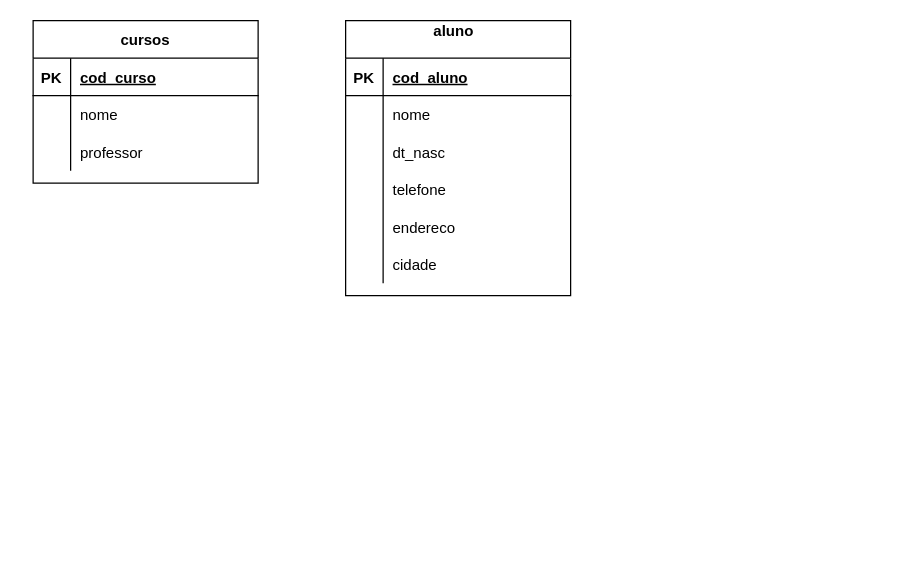
The draw.io diagram modelo_logico.drawio in taokya/aula_BD, before the edit. Source tidied: cells renumbered, new cells numbered last; positions are measured from the earlier drawing's top-left corner, leaving out a move shared by most shapes. Both pictures are drawn from the tidied source at 125%, with x=0, y=0 at pixel (32, 20).
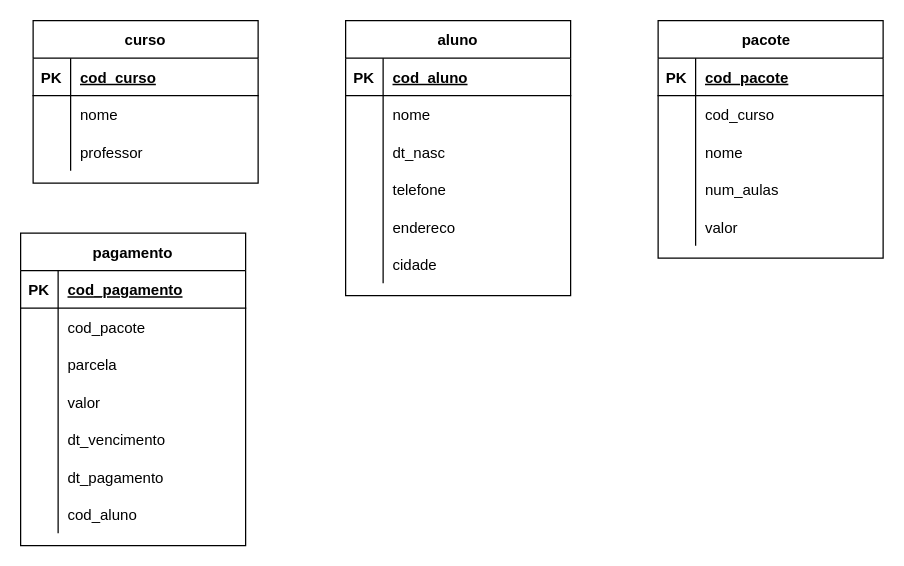
The same page after the edit.

Commit message:
Criadas entidades de pagamento e curso.drawio

What changed in the source:
```diff
@@
-    <mxCell id="2" value="cursos" style="shape=table;startSize=30;childLayout=tableLayout;rowLines=0;fontStyle=1;align=center;" parent="1" vertex="1">
+    <mxCell id="2" value="curso" style="shape=table;startSize=30;childLayout=tableLayout;rowLines=0;fontStyle=1;align=center;" parent="1" vertex="1">
       <mxGeometry width="180" height="130" as="geometry" />
     </mxCell>
@@
-    <mxCell id="12" value="aluno  &#10;" style="shape=table;startSize=30;childLayout=tableLayout;rowLines=0;fontStyle=1;align=center;" parent="1" vertex="1">
+    <mxCell id="12" value="aluno" style="shape=table;startSize=30;childLayout=tableLayout;rowLines=0;fontStyle=1;align=center;" parent="1" vertex="1">
       <mxGeometry x="250" width="180" height="220" as="geometry" />
     </mxCell>
@@
+    <mxCell id="31" value="pacote  " style="shape=table;startSize=30;childLayout=tableLayout;rowLines=0;fontStyle=1;align=center;" parent="1" vertex="1">
+      <mxGeometry x="500" width="180" height="190" as="geometry" />
+    </mxCell>
+    <mxCell id="32" style="shape=partialRectangle;fillColor=none;top=0;left=0;bottom=1;right=0;" parent="31" vertex="1">
+      <mxGeometry y="30" width="180" height="30" as="geometry" />
+    </mxCell>
+    <mxCell id="33" value="PK" style="shape=partialRectangle;fillColor=none;top=0;left=0;bottom=0;right=0;fontStyle=1;overflow=hidden;" parent="32" vertex="1">
+      <mxGeometry width="30" height="30" as="geometry" />
+    </mxCell>
+    <mxCell id="34" value="cod_pacote" style="shape=partialRectangle;fillColor=none;top=0;left=0;bottom=0;right=0;align=left;spacingLeft=6;fontStyle=5;overflow=hidden;" parent="32" vertex="1">
+      <mxGeometry x="30" width="150" height="30" as="geometry" />
+    </mxCell>
+    <mxCell id="35" style="shape=partialRectangle;fillColor=none;top=0;left=0;bottom=0;right=0;" parent="31" vertex="1">
+      <mxGeometry y="60" width="180" height="30" as="geometry" />
+    </mxCell>
+    <mxCell id="36" style="shape=partialRectangle;fillColor=none;top=0;left=0;bottom=0;right=0;overflow=hidden;" parent="35" vertex="1">
+      <mxGeometry width="30" height="30" as="geometry" />
+    </mxCell>
+    <mxCell id="37" value="cod_curso" style="shape=partialRectangle;fillColor=none;top=0;left=0;bottom=0;right=0;align=left;spacingLeft=6;overflow=hidden;" parent="35" vertex="1">
+      <mxGeometry x="30" width="150" height="30" as="geometry" />
+    </mxCell>
+    <mxCell id="38" style="shape=partialRectangle;fillColor=none;top=0;left=0;bottom=0;right=0;" parent="31" vertex="1">
+      <mxGeometry y="90" width="180" height="30" as="geometry" />
+    </mxCell>
+    <mxCell id="39" style="shape=partialRectangle;fillColor=none;top=0;left=0;bottom=0;right=0;overflow=hidden;" parent="38" vertex="1">
+      <mxGeometry width="30" height="30" as="geometry" />
+    </mxCell>
+    <mxCell id="40" value="nome" style="shape=partialRectangle;fillColor=none;top=0;left=0;bottom=0;right=0;align=left;spacingLeft=6;overflow=hidden;" parent="38" vertex="1">
+      <mxGeometry x="30" width="150" height="30" as="geometry" />
+    </mxCell>
+    <mxCell id="41" style="shape=partialRectangle;fillColor=none;top=0;left=0;bottom=0;right=0;" parent="31" vertex="1">
+      <mxGeometry y="120" width="180" height="30" as="geometry" />
+    </mxCell>
+    <mxCell id="42" style="shape=partialRectangle;fillColor=none;top=0;left=0;bottom=0;right=0;overflow=hidden;" parent="41" vertex="1">
+      <mxGeometry width="30" height="30" as="geometry" />
+    </mxCell>
+    <mxCell id="43" value="num_aulas" style="shape=partialRectangle;fillColor=none;top=0;left=0;bottom=0;right=0;align=left;spacingLeft=6;overflow=hidden;" parent="41" vertex="1">
+      <mxGeometry x="30" width="150" height="30" as="geometry" />
+    </mxCell>
+    <mxCell id="44" style="shape=partialRectangle;fillColor=none;top=0;left=0;bottom=0;right=0;" parent="31" vertex="1">
+      <mxGeometry y="150" width="180" height="30" as="geometry" />
+    </mxCell>
+    <mxCell id="45" style="shape=partialRectangle;fillColor=none;top=0;left=0;bottom=0;right=0;overflow=hidden;" parent="44" vertex="1">
+      <mxGeometry width="30" height="30" as="geometry" />
+    </mxCell>
+    <mxCell id="46" value="valor" style="shape=partialRectangle;fillColor=none;top=0;left=0;bottom=0;right=0;align=left;spacingLeft=6;overflow=hidden;" parent="44" vertex="1">
+      <mxGeometry x="30" width="150" height="30" as="geometry" />
+    </mxCell>
+    <mxCell id="47" value="pagamento" style="shape=table;startSize=30;childLayout=tableLayout;rowLines=0;fontStyle=1;align=center;" parent="1" vertex="1">
+      <mxGeometry x="-10" y="170" width="180" height="250" as="geometry" />
+    </mxCell>
+    <mxCell id="48" style="shape=partialRectangle;fillColor=none;top=0;left=0;bottom=1;right=0;" parent="47" vertex="1">
+      <mxGeometry y="30" width="180" height="30" as="geometry" />
+    </mxCell>
+    <mxCell id="49" value="PK" style="shape=partialRectangle;fillColor=none;top=0;left=0;bottom=0;right=0;fontStyle=1;overflow=hidden;" parent="48" vertex="1">
+      <mxGeometry width="30" height="30" as="geometry" />
+    </mxCell>
+    <mxCell id="50" value="cod_pagamento" style="shape=partialRectangle;fillColor=none;top=0;left=0;bottom=0;right=0;align=left;spacingLeft=6;fontStyle=5;overflow=hidden;" parent="48" vertex="1">
+      <mxGeometry x="30" width="150" height="30" as="geometry" />
+    </mxCell>
+    <mxCell id="51" style="shape=partialRectangle;fillColor=none;top=0;left=0;bottom=0;right=0;" parent="47" vertex="1">
+      <mxGeometry y="60" width="180" height="30" as="geometry" />
+    </mxCell>
+    <mxCell id="52" style="shape=partialRectangle;fillColor=none;top=0;left=0;bottom=0;right=0;overflow=hidden;" parent="51" vertex="1">
+      <mxGeometry width="30" height="30" as="geometry" />
+    </mxCell>
+    <mxCell id="53" value="cod_pacote" style="shape=partialRectangle;fillColor=none;top=0;left=0;bottom=0;right=0;align=left;spacingLeft=6;overflow=hidden;" parent="51" vertex="1">
+      <mxGeometry x="30" width="150" height="30" as="geometry" />
+    </mxCell>
+    <mxCell id="54" style="shape=partialRectangle;fillColor=none;top=0;left=0;bottom=0;right=0;" parent="47" vertex="1">
+      <mxGeometry y="90" width="180" height="30" as="geometry" />
+    </mxCell>
+    <mxCell id="55" style="shape=partialRectangle;fillColor=none;top=0;left=0;bottom=0;right=0;overflow=hidden;" parent="54" vertex="1">
+      <mxGeometry width="30" height="30" as="geometry" />
+    </mxCell>
+    <mxCell id="56" value="parcela" style="shape=partialRectangle;fillColor=none;top=0;left=0;bottom=0;right=0;align=left;spacingLeft=6;overflow=hidden;" parent="54" vertex="1">
+      <mxGeometry x="30" width="150" height="30" as="geometry" />
+    </mxCell>
+    <mxCell id="57" style="shape=partialRectangle;fillColor=none;top=0;left=0;bottom=0;right=0;" parent="47" vertex="1">
+      <mxGeometry y="120" width="180" height="30" as="geometry" />
+    </mxCell>
+    <mxCell id="58" style="shape=partialRectangle;fillColor=none;top=0;left=0;bottom=0;right=0;overflow=hidden;" parent="57" vertex="1">
+      <mxGeometry width="30" height="30" as="geometry" />
+    </mxCell>
+    <mxCell id="59" value="valor" style="shape=partialRectangle;fillColor=none;top=0;left=0;bottom=0;right=0;align=left;spacingLeft=6;overflow=hidden;" parent="57" vertex="1">
+      <mxGeometry x="30" width="150" height="30" as="geometry" />
+    </mxCell>
+    <mxCell id="60" style="shape=partialRectangle;fillColor=none;top=0;left=0;bottom=0;right=0;" parent="47" vertex="1">
+      <mxGeometry y="150" width="180" height="30" as="geometry" />
+    </mxCell>
+    <mxCell id="61" style="shape=partialRectangle;fillColor=none;top=0;left=0;bottom=0;right=0;overflow=hidden;" parent="60" vertex="1">
+      <mxGeometry width="30" height="30" as="geometry" />
+    </mxCell>
+    <mxCell id="62" value="dt_vencimento" style="shape=partialRectangle;fillColor=none;top=0;left=0;bottom=0;right=0;align=left;spacingLeft=6;overflow=hidden;" parent="60" vertex="1">
+      <mxGeometry x="30" width="150" height="30" as="geometry" />
+    </mxCell>
+    <mxCell id="63" style="shape=partialRectangle;fillColor=none;top=0;left=0;bottom=0;right=0;" parent="47" vertex="1">
+      <mxGeometry y="180" width="180" height="30" as="geometry" />
+    </mxCell>
+    <mxCell id="64" style="shape=partialRectangle;fillColor=none;top=0;left=0;bottom=0;right=0;overflow=hidden;" parent="63" vertex="1">
+      <mxGeometry width="30" height="30" as="geometry" />
+    </mxCell>
+    <mxCell id="65" value="dt_pagamento" style="shape=partialRectangle;fillColor=none;top=0;left=0;bottom=0;right=0;align=left;spacingLeft=6;overflow=hidden;" parent="63" vertex="1">
+      <mxGeometry x="30" width="150" height="30" as="geometry" />
+    </mxCell>
+    <mxCell id="66" style="shape=partialRectangle;fillColor=none;top=0;left=0;bottom=0;right=0;" parent="47" vertex="1">
+      <mxGeometry y="210" width="180" height="30" as="geometry" />
+    </mxCell>
+    <mxCell id="67" style="shape=partialRectangle;fillColor=none;top=0;left=0;bottom=0;right=0;overflow=hidden;" parent="66" vertex="1">
+      <mxGeometry width="30" height="30" as="geometry" />
+    </mxCell>
+    <mxCell id="68" value="cod_aluno" style="shape=partialRectangle;fillColor=none;top=0;left=0;bottom=0;right=0;align=left;spacingLeft=6;overflow=hidden;" parent="66" vertex="1">
+      <mxGeometry x="30" width="150" height="30" as="geometry" />
+    </mxCell>
```
